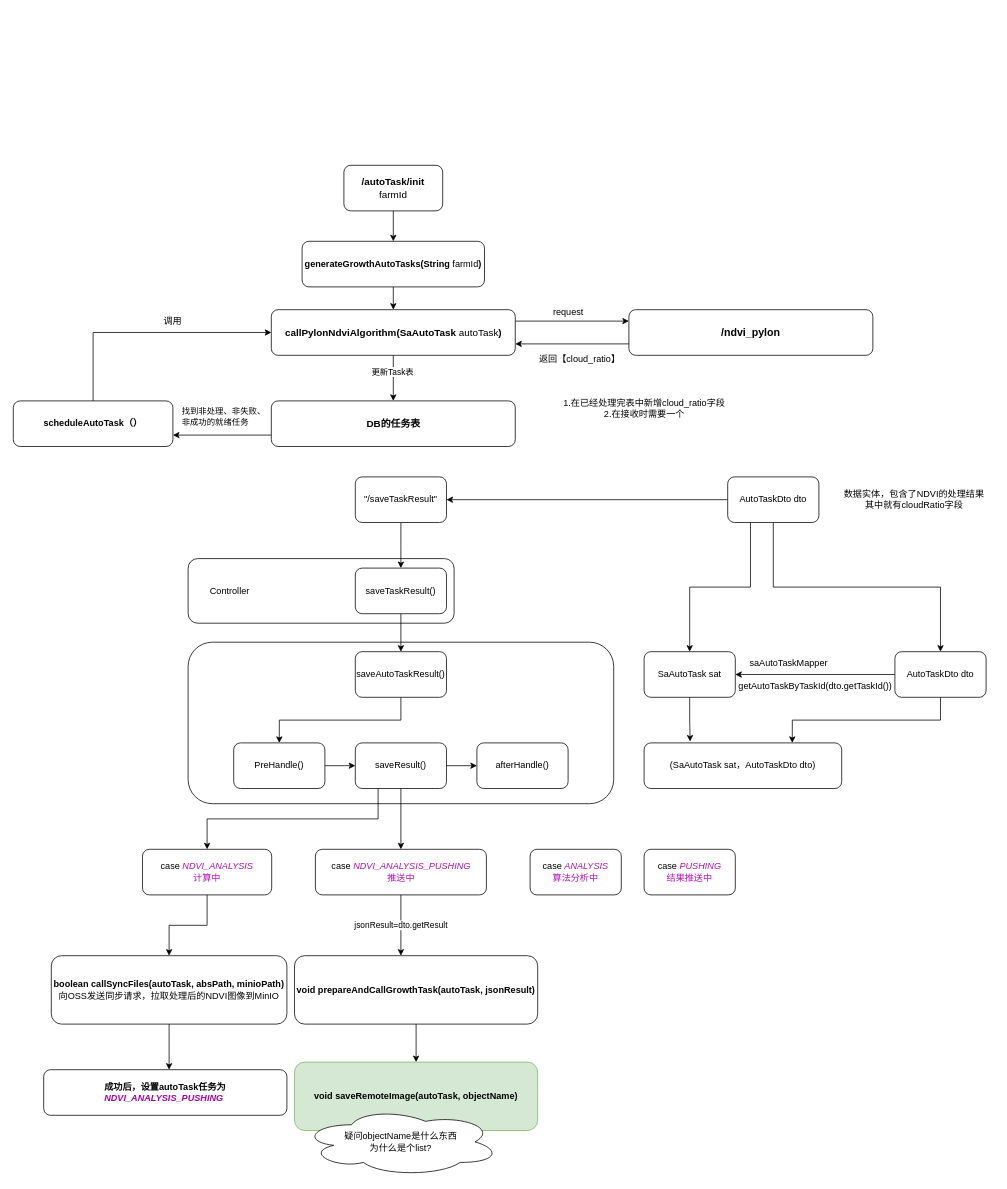
RK-JD/DrawIO keeps this draw.io diagram as page "第 1 页" (1 of 2) of SA架构.drawio. Above is the earlier version. Source tidied: cells renumbered, new cells numbered last; positions are measured from the earlier drawing's top-left corner, leaving out a move shared by most shapes. Both pictures are drawn from the tidied source at 76%, with x=0, y=0 at pixel (13, 165).
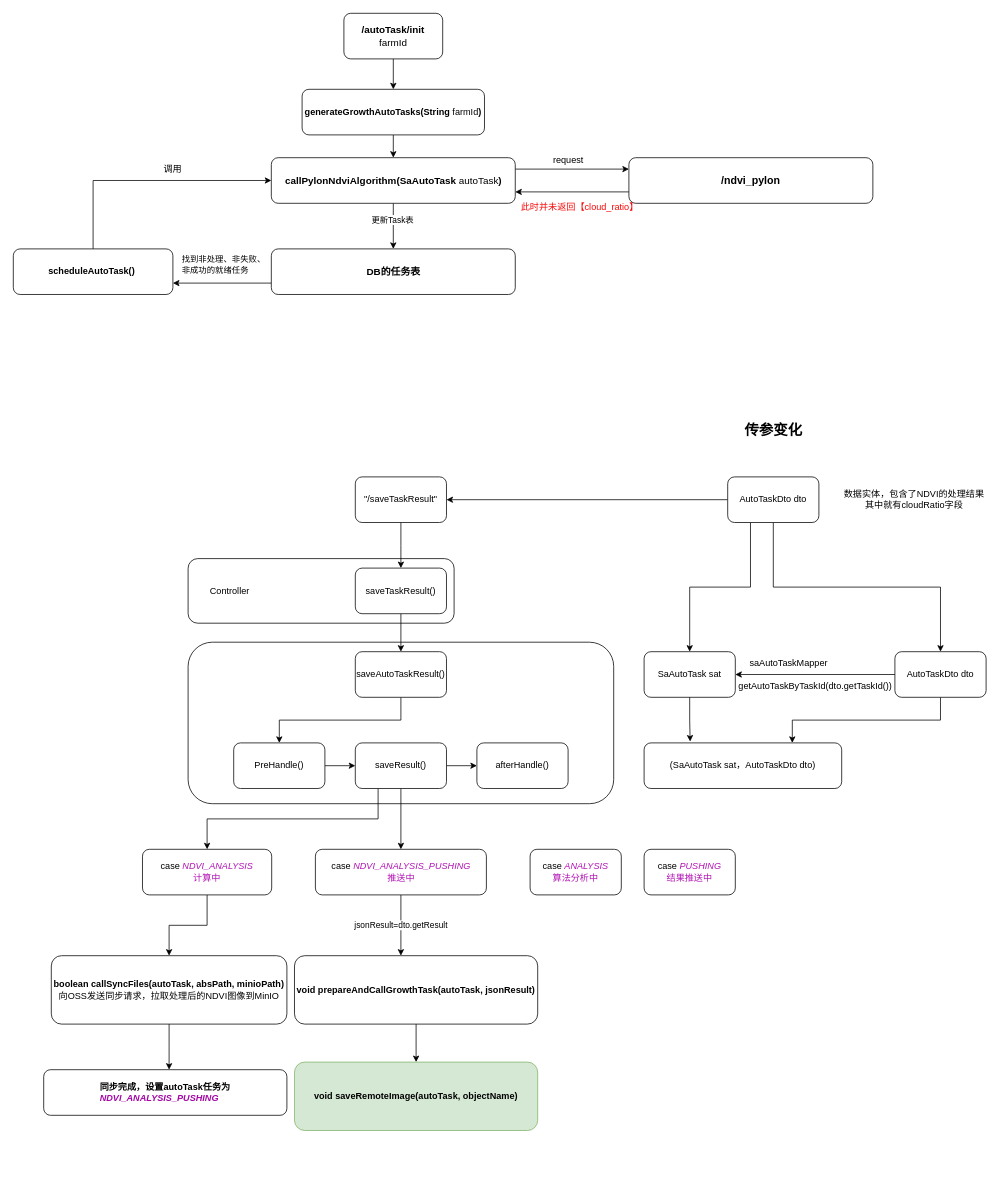
After the change.

What changed in the source:
```diff
@@
     <mxCell id="7" value="&lt;span style=&quot;font-size: 13px;&quot;&gt;&lt;b&gt;callPylonNdviAlgorithm(SaAutoTask &lt;/b&gt;autoTask&lt;b&gt;)&lt;/b&gt;&lt;/span&gt;" style="rounded=1;whiteSpace=wrap;html=1;" parent="1" vertex="1">
-      <mxGeometry x="339.5" y="190" width="321" height="60" as="geometry" />
+      <mxGeometry x="339.5" y="-10" width="321" height="60" as="geometry" />
     </mxCell>
     <mxCell id="8" style="edgeStyle=orthogonalEdgeStyle;rounded=0;jettySize=auto;html=1;exitX=0.5;exitY=1;exitDx=0;exitDy=0;entryX=0.5;entryY=0;entryDx=0;entryDy=0;" parent="1" edge="1" source="9" target="7">
       <mxGeometry relative="1" as="geometry">
         <Array as="points">
-          <mxPoint x="500" y="160" />
+          <mxPoint x="500" y="-40" />
         </Array>
       </mxGeometry>
     </mxCell>
     <mxCell id="9" value="&lt;span style=&quot;text-align: left;&quot;&gt;&lt;b&gt;generateGrowthAutoTasks(String &lt;/b&gt;farmId&lt;b&gt;)&lt;/b&gt;&lt;/span&gt;" style="rounded=1;whiteSpace=wrap;html=1;" parent="1" vertex="1">
-      <mxGeometry x="380" y="100" width="240" height="60" as="geometry" />
+      <mxGeometry x="380" y="-100" width="240" height="60" as="geometry" />
     </mxCell>
@@
     <mxCell id="11" value="&lt;span style=&quot;font-size: 13px;&quot;&gt;&lt;b&gt;/autoTask/init&lt;/b&gt;&lt;/span&gt;&lt;div&gt;&lt;span style=&quot;font-size: 13px;&quot;&gt;farmId&lt;/span&gt;&lt;/div&gt;" style="rounded=1;whiteSpace=wrap;html=1;" parent="1" vertex="1">
-      <mxGeometry x="435" width="130" height="60" as="geometry" />
+      <mxGeometry x="435" y="-200" width="130" height="60" as="geometry" />
     </mxCell>
@@
     <mxCell id="13" value="&lt;span style=&quot;font-size: 13px;&quot;&gt;&lt;b&gt;DB的任务表&lt;/b&gt;&lt;/span&gt;" style="rounded=1;whiteSpace=wrap;html=1;" parent="1" vertex="1">
-      <mxGeometry x="339.5" y="310" width="321" height="60" as="geometry" />
+      <mxGeometry x="339.5" y="110" width="321" height="60" as="geometry" />
     </mxCell>
-    <mxCell id="14" value="1.在已经处理完表中新增cloud_ratio字段&lt;br&gt;2.在接收时需要一个" style="text;html=1;align=center;verticalAlign=middle;strokeColor=none;fillColor=none;" parent="1" vertex="1">
-      <mxGeometry x="710" y="300" width="240" height="40" as="geometry" />
-    </mxCell>
@@
     <mxCell id="16" value="&lt;p class=&quot;MsoNormal&quot;&gt;&lt;b&gt;&lt;span style=&quot;font-family: 等线; font-size: 10.5pt;&quot;&gt;/ndvi_pylon&lt;/span&gt;&lt;/b&gt;&lt;/p&gt;" style="rounded=1;whiteSpace=wrap;html=1;" parent="1" vertex="1">
-      <mxGeometry x="810" y="190" width="321" height="60" as="geometry" />
+      <mxGeometry x="810" y="-10" width="321" height="60" as="geometry" />
     </mxCell>
     <mxCell id="17" value="request" style="text;html=1;align=center;verticalAlign=middle;strokeColor=none;fillColor=none;" parent="1" vertex="1">
-      <mxGeometry x="700" y="178" width="60" height="30" as="geometry" />
+      <mxGeometry x="700" y="-22" width="60" height="30" as="geometry" />
     </mxCell>
-    <mxCell id="18" value="返回【cloud_ratio】" style="text;html=1;align=center;verticalAlign=middle;strokeColor=none;fillColor=none;" parent="1" vertex="1">
-      <mxGeometry x="680" y="240" width="130" height="30" as="geometry" />
+    <mxCell id="18" value="此时并未返回【cloud_ratio】" style="text;html=1;align=center;verticalAlign=middle;strokeColor=none;fillColor=none;fontColor=#f70808;" parent="1" vertex="1">
+      <mxGeometry x="655" y="40" width="180" height="30" as="geometry" />
     </mxCell>
@@
-    <mxCell id="20" value="&lt;b&gt;scheduleAutoTask（）&lt;/b&gt;" style="rounded=1;whiteSpace=wrap;html=1;" parent="1" vertex="1">
-      <mxGeometry y="310" width="210" height="60" as="geometry" />
+    <mxCell id="20" value="&lt;b&gt;scheduleAutoTask()&amp;nbsp;&lt;br&gt;&lt;/b&gt;" style="rounded=1;whiteSpace=wrap;html=1;" parent="1" vertex="1">
+      <mxGeometry y="110" width="210" height="60" as="geometry" />
     </mxCell>
     <mxCell id="21" value="调用" style="text;html=1;align=center;verticalAlign=middle;whiteSpace=wrap;rounded=0;" parent="1" vertex="1">
-      <mxGeometry x="180" y="190" width="60" height="30" as="geometry" />
+      <mxGeometry x="180" y="-10" width="60" height="30" as="geometry" />
     </mxCell>
     <mxCell id="22" value="&lt;span style=&quot;color: rgb(0, 0, 0); font-family: Helvetica; font-size: 11px; font-style: normal; font-variant-ligatures: normal; font-variant-caps: normal; font-weight: 400; letter-spacing: normal; orphans: 2; text-align: center; text-indent: 0px; text-transform: none; widows: 2; word-spacing: 0px; -webkit-text-stroke-width: 0px; white-space: nowrap; background-color: rgb(255, 255, 255); text-decoration-thickness: initial; text-decoration-style: initial; text-decoration-color: initial; display: inline !important; float: none;&quot;&gt;找到非处理、非失败、&lt;/span&gt;&lt;div&gt;&lt;span style=&quot;color: rgb(0, 0, 0); font-family: Helvetica; font-size: 11px; font-style: normal; font-variant-ligatures: normal; font-variant-caps: normal; font-weight: 400; letter-spacing: normal; orphans: 2; text-align: center; text-indent: 0px; text-transform: none; widows: 2; word-spacing: 0px; -webkit-text-stroke-width: 0px; white-space: nowrap; background-color: rgb(255, 255, 255); text-decoration-thickness: initial; text-decoration-style: initial; text-decoration-color: initial; display: inline !important; float: none;&quot;&gt;非成功的就绪任务&lt;/span&gt;&lt;/div&gt;" style="text;whiteSpace=wrap;html=1;" parent="1" vertex="1">
-      <mxGeometry x="220" y="310" width="130" height="40" as="geometry" />
+      <mxGeometry x="220" y="110" width="130" height="40" as="geometry" />
     </mxCell>
@@
-    <mxCell id="46" value="&lt;div style=&quot;text-align: left;&quot;&gt;&lt;b&gt;成功后，设置autoTask任务为&lt;/b&gt;&lt;/div&gt;&lt;div style=&quot;text-align: left;&quot;&gt;&lt;b&gt;&lt;i&gt;&lt;font color=&quot;#a407a6&quot;&gt;NDVI_ANALYSIS_PUSHING&lt;/font&gt;&lt;/i&gt;&lt;/b&gt;&lt;/div&gt;" style="rounded=1;whiteSpace=wrap;html=1;" parent="1" vertex="1">
+    <mxCell id="46" value="&lt;div style=&quot;text-align: left;&quot;&gt;&lt;b&gt;同步完成，设置autoTask任务为&lt;/b&gt;&lt;/div&gt;&lt;div style=&quot;text-align: left;&quot;&gt;&lt;b&gt;&lt;i&gt;&lt;font color=&quot;#a407a6&quot;&gt;NDVI_ANALYSIS_PUSHING&lt;/font&gt;&lt;/i&gt;&lt;/b&gt;&lt;/div&gt;" style="rounded=1;whiteSpace=wrap;html=1;" parent="1" vertex="1">
       <mxGeometry x="40" y="1190" width="320" height="60" as="geometry" />
     </mxCell>
@@
-    <mxCell id="63" value="疑问objectName是什么东西&lt;br&gt;为什么是个list?" style="ellipse;shape=cloud;whiteSpace=wrap;html=1;" parent="1" vertex="1">
-      <mxGeometry x="380" y="1240" width="260" height="90" as="geometry" />
-    </mxCell>
+    <mxCell id="64" value="传参变化" style="text;html=1;align=center;verticalAlign=middle;strokeColor=none;fillColor=none;fontStyle=1;fontSize=19;" parent="1" vertex="1">
+      <mxGeometry x="950" y="330" width="100" height="40" as="geometry" />
+    </mxCell>
```
